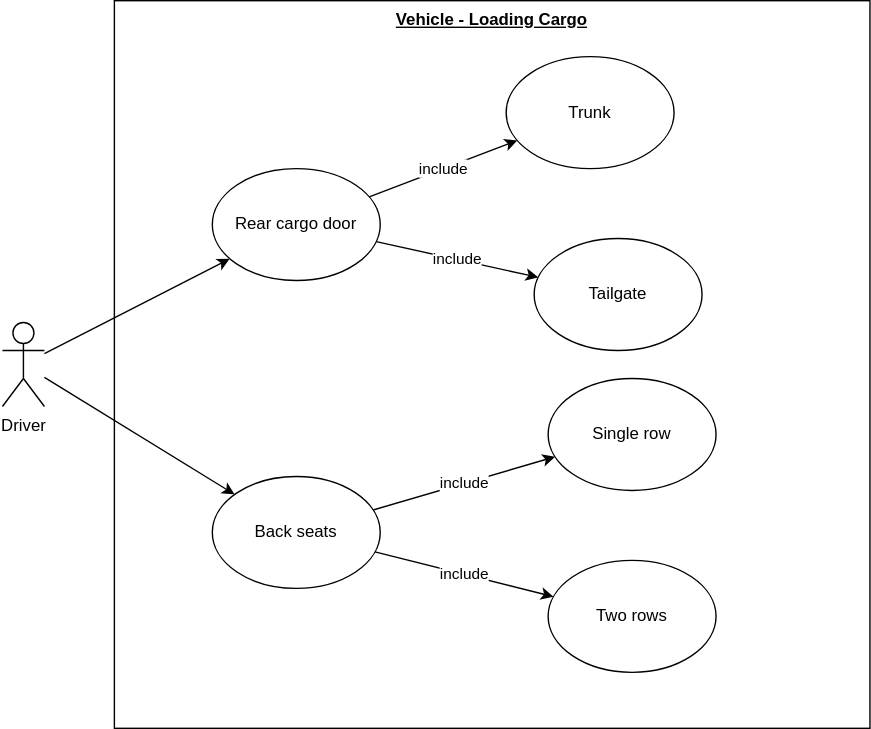
Earlier version of the draw.io export Figures/Cargo_UCD.svg (t-chiang/PhD_Thesis). Source tidied: cells renumbered, new cells last; positions are measured from the earlier drawing's top-left corner, leaving out a move shared by most shapes.
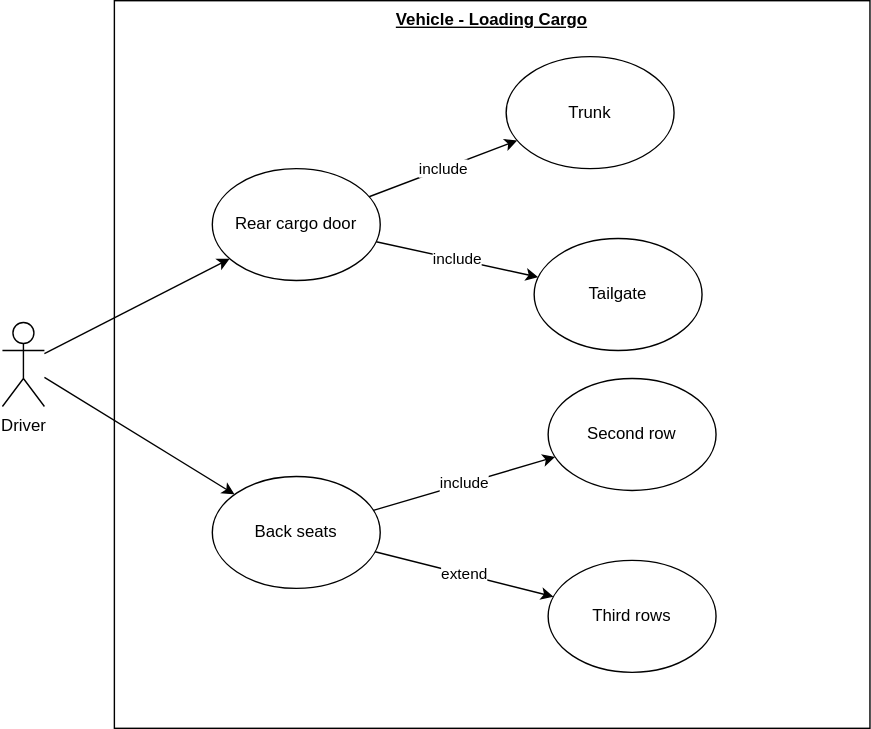
The same diagram one commit later.

The edit, as a diff of the source:
```diff
@@ -32,16 +32,16 @@
     <mxCell id="11" value="include" style="edgeStyle=none;rounded=0;jettySize=auto;html=1;" parent="1" edge="1" source="13" target="15">
       <mxGeometry relative="1" as="geometry" />
     </mxCell>
-    <mxCell id="12" value="include" style="edgeStyle=none;rounded=0;jettySize=auto;html=1;" parent="1" edge="1" source="13" target="14">
+    <mxCell id="12" value="extend" style="edgeStyle=none;rounded=0;jettySize=auto;html=1;" parent="1" edge="1" source="13" target="14">
       <mxGeometry relative="1" as="geometry" />
     </mxCell>
     <mxCell id="13" value="Back seats" style="ellipse;whiteSpace=wrap;html=1;" parent="1" vertex="1">
       <mxGeometry x="150" y="340" width="120" height="80" as="geometry" />
     </mxCell>
-    <mxCell id="14" value="Two rows" style="ellipse;whiteSpace=wrap;html=1;" parent="1" vertex="1">
+    <mxCell id="14" value="Third rows" style="ellipse;whiteSpace=wrap;html=1;" parent="1" vertex="1">
       <mxGeometry x="390" y="400" width="120" height="80" as="geometry" />
     </mxCell>
-    <mxCell id="15" value="Single row" style="ellipse;whiteSpace=wrap;html=1;" parent="1" vertex="1">
+    <mxCell id="15" value="Second row" style="ellipse;whiteSpace=wrap;html=1;" parent="1" vertex="1">
       <mxGeometry x="390" y="270" width="120" height="80" as="geometry" />
     </mxCell>
   </root>
```
